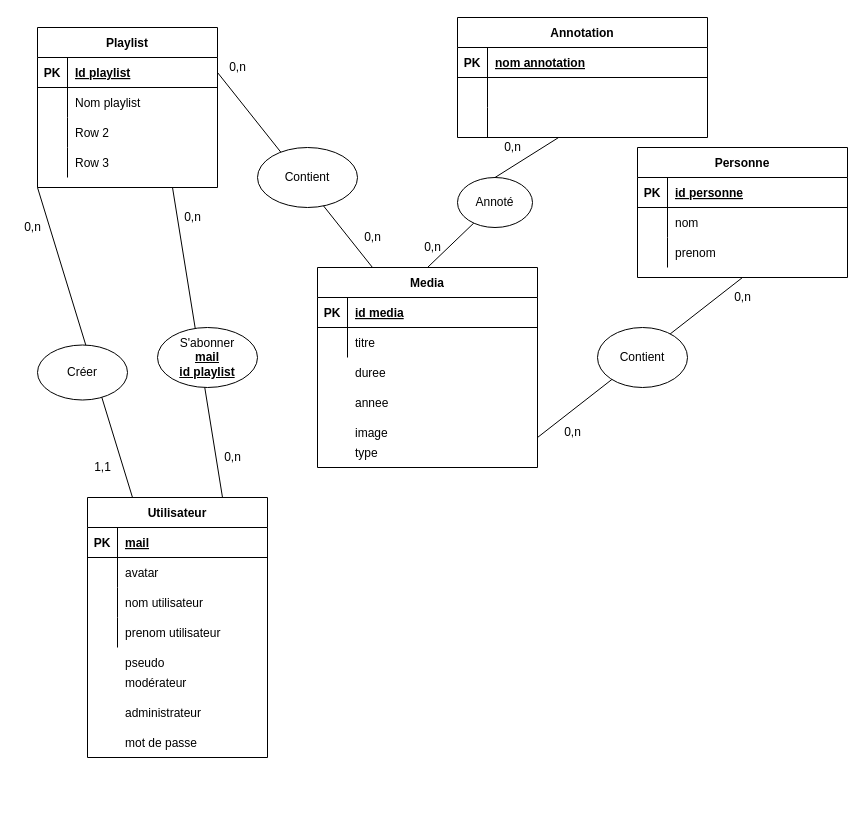
Earlier version of the draw.io diagram public/Untitled Diagram.drawio (johanneclc/CDAW_2022). Source tidied: cells renumbered, new cells numbered last; positions are measured from the earlier drawing's top-left corner, leaving out a move shared by most shapes. Both pictures are drawn from the tidied source at 100%, with x=0, y=0 at pixel (17, 17).
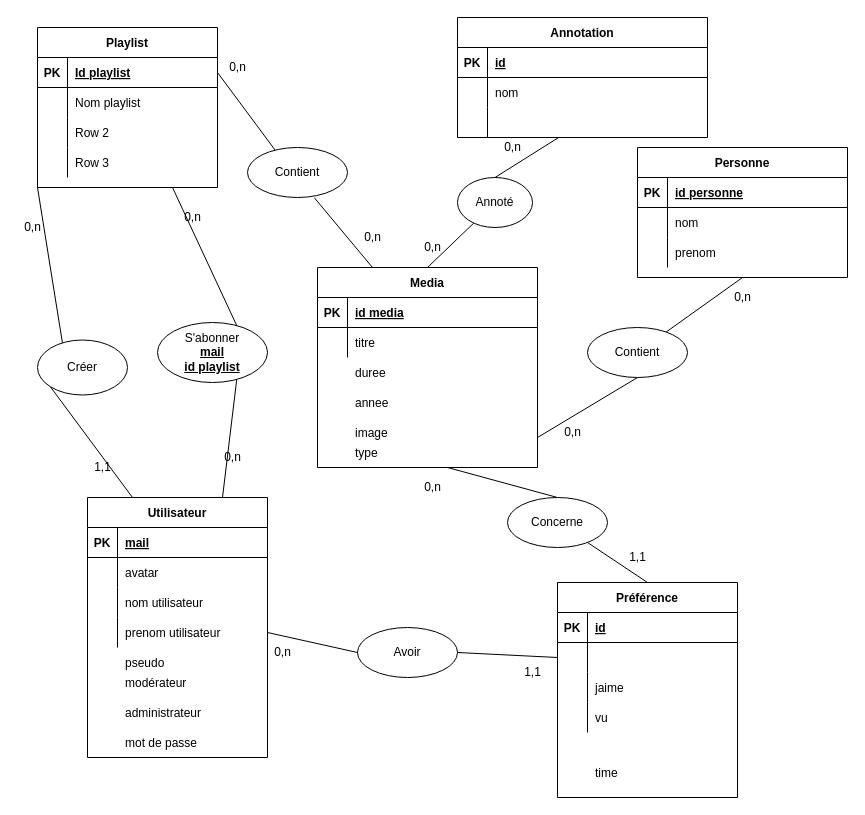
After the change.

Unchanged cells that the change refers to:
```xml
<mxCell id="3" style="shape=partialRectangle;fillColor=none;top=0;left=0;right=0;bottom=1;" parent="2" vertex="1">
  <mxGeometry y="30" width="250" height="30" as="geometry" />
</mxCell>
<mxCell id="6" style="shape=partialRectangle;fillColor=none;top=0;left=0;right=0;bottom=0;" parent="2" vertex="1">
  <mxGeometry y="60" width="250" height="30" as="geometry" />
</mxCell>
<mxCell id="12" value="Personne" style="shape=table;startSize=30;childLayout=tableLayout;rowLines=0;fontStyle=1;align=center;" parent="1" vertex="1">
  <mxGeometry x="620" y="130" width="210" height="130" as="geometry" />
</mxCell>
<mxCell id="22" value="Media" style="shape=table;startSize=30;childLayout=tableLayout;rowLines=0;fontStyle=1;align=center;" parent="1" vertex="1">
  <mxGeometry x="300" y="250" width="220" height="200" as="geometry" />
</mxCell>
<mxCell id="38" value="Utilisateur" style="shape=table;startSize=30;childLayout=tableLayout;rowLines=0;fontStyle=1;align=center;" parent="1" vertex="1">
  <mxGeometry x="70" y="480" width="180" height="260" as="geometry" />
</mxCell>
<mxCell id="48" style="shape=partialRectangle;fillColor=none;top=0;left=0;bottom=0;right=0;points=[[0,0.5],[1,0.5]];portConstraint=eastwest;" parent="38" vertex="1">
  <mxGeometry y="120" width="180" height="30" as="geometry" />
</mxCell>
<mxCell id="52" value="Playlist" style="shape=table;startSize=30;childLayout=tableLayout;rowLines=0;fontStyle=1;align=center;" parent="1" vertex="1">
  <mxGeometry x="20" y="10" width="180" height="160" as="geometry" />
</mxCell>
<mxCell id="53" style="shape=partialRectangle;fillColor=none;top=0;left=0;bottom=1;right=0;points=[[0,0.5],[1,0.5]];portConstraint=eastwest;" parent="52" vertex="1">
  <mxGeometry y="30" width="180" height="30" as="geometry" />
</mxCell>
```

Change to the diagram source:
```diff
@@
-    <mxCell id="5" value="nom annotation" style="shape=partialRectangle;overflow=hidden;fillColor=none;top=0;left=0;bottom=0;right=0;align=left;spacingLeft=6;fontStyle=5;" parent="3" vertex="1">
+    <mxCell id="5" value="id" style="shape=partialRectangle;overflow=hidden;fillColor=none;top=0;left=0;bottom=0;right=0;align=left;spacingLeft=6;fontStyle=5;" parent="3" vertex="1">
       <mxGeometry x="30" width="220" height="30" as="geometry" />
     </mxCell>
@@
-    <mxCell id="8" style="shape=partialRectangle;overflow=hidden;fillColor=none;top=0;left=0;bottom=0;right=0;align=left;spacingLeft=6;" parent="6" vertex="1">
+    <mxCell id="8" value="nom" style="shape=partialRectangle;overflow=hidden;fillColor=none;top=0;left=0;bottom=0;right=0;align=left;spacingLeft=6;" parent="6" vertex="1">
       <mxGeometry x="30" width="220" height="30" as="geometry" />
     </mxCell>
@@
-    <mxCell id="36" style="endArrow=none;html=1;rounded=0;entryX=0.5;entryY=1;entryDx=0;entryDy=0;" parent="1" edge="1" target="12">
-      <mxGeometry relative="1" as="geometry">
-        <mxPoint x="520" y="420" as="sourcePoint" />
-      </mxGeometry>
+    <mxCell id="36" style="endArrow=none;html=1;rounded=0;entryX=0.5;entryY=1;entryDx=0;entryDy=0;startArrow=none;" parent="1" edge="1" source="37" target="12">
+      <mxGeometry relative="1" as="geometry" />
     </mxCell>
-    <mxCell id="37" value="Contient" style="ellipse;whiteSpace=wrap;html=1;" parent="1" vertex="1">
-      <mxGeometry x="580" y="310" width="90" height="60" as="geometry" />
-    </mxCell>
@@
-    <mxCell id="65" style="endArrow=none;html=1;rounded=0;entryX=0;entryY=1;entryDx=0;entryDy=0;exitX=0.25;exitY=0;exitDx=0;exitDy=0;" parent="1" edge="1" source="38" target="52">
+    <mxCell id="65" style="endArrow=none;html=1;rounded=0;entryX=0;entryY=1;entryDx=0;entryDy=0;exitX=0.25;exitY=0;exitDx=0;exitDy=0;startArrow=none;" parent="1" edge="1" source="66" target="52">
       <mxGeometry relative="1" as="geometry" />
     </mxCell>
-    <mxCell id="66" value="Créer" style="ellipse;whiteSpace=wrap;html=1;" parent="1" vertex="1">
-      <mxGeometry x="20" y="327.5" width="90" height="55" as="geometry" />
-    </mxCell>
-    <mxCell id="67" style="endArrow=none;html=1;rounded=0;entryX=0.75;entryY=0;entryDx=0;entryDy=0;exitX=0.75;exitY=1;exitDx=0;exitDy=0;" parent="1" edge="1" source="52" target="38">
+    <mxCell id="67" style="endArrow=none;html=1;rounded=0;entryX=0.75;entryY=0;entryDx=0;entryDy=0;exitX=0.75;exitY=1;exitDx=0;exitDy=0;startArrow=none;" parent="1" edge="1" source="68" target="38">
       <mxGeometry relative="1" as="geometry" />
     </mxCell>
-    <mxCell id="68" value="S'abonner&lt;br&gt;&lt;u&gt;&lt;b&gt;mail&lt;br&gt;id playlist&lt;/b&gt;&lt;/u&gt;" style="ellipse;whiteSpace=wrap;html=1;" parent="1" vertex="1">
-      <mxGeometry x="140" y="310" width="100" height="60" as="geometry" />
-    </mxCell>
-    <mxCell id="69" style="endArrow=none;html=1;rounded=0;entryX=1;entryY=0.5;entryDx=0;entryDy=0;exitX=0.25;exitY=0;exitDx=0;exitDy=0;" parent="1" edge="1" source="22" target="53">
+    <mxCell id="69" style="endArrow=none;html=1;rounded=0;entryX=1;entryY=0.5;entryDx=0;entryDy=0;exitX=0.25;exitY=0;exitDx=0;exitDy=0;startArrow=none;" parent="1" edge="1" source="70" target="53">
       <mxGeometry relative="1" as="geometry" />
     </mxCell>
-    <mxCell id="70" value="Contient" style="ellipse;whiteSpace=wrap;html=1;" parent="1" vertex="1">
-      <mxGeometry x="240" y="130" width="100" height="60" as="geometry" />
-    </mxCell>
@@
+    <mxCell id="84" value="Préférence" style="shape=table;startSize=30;childLayout=tableLayout;rowLines=0;fontStyle=1;align=center;" parent="1" vertex="1">
+      <mxGeometry x="540" y="565" width="180" height="215" as="geometry" />
+    </mxCell>
+    <mxCell id="85" style="shape=partialRectangle;fillColor=none;top=0;left=0;bottom=1;right=0;" parent="84" vertex="1">
+      <mxGeometry y="30" width="180" height="30" as="geometry" />
+    </mxCell>
+    <mxCell id="86" value="PK" style="shape=partialRectangle;fillColor=none;top=0;left=0;bottom=0;right=0;fontStyle=1;overflow=hidden;" parent="85" vertex="1">
+      <mxGeometry width="30" height="30" as="geometry" />
+    </mxCell>
+    <mxCell id="87" value="id" style="shape=partialRectangle;fillColor=none;top=0;left=0;bottom=0;right=0;align=left;spacingLeft=6;fontStyle=5;overflow=hidden;" parent="85" vertex="1">
+      <mxGeometry x="30" width="150" height="30" as="geometry" />
+    </mxCell>
+    <mxCell id="88" style="shape=partialRectangle;fillColor=none;top=0;left=0;bottom=0;right=0;points=[[0,0.5],[1,0.5]];portConstraint=eastwest;" parent="84" vertex="1">
+      <mxGeometry y="60" width="180" height="30" as="geometry" />
+    </mxCell>
+    <mxCell id="89" style="shape=partialRectangle;fillColor=none;top=0;left=0;bottom=0;right=0;overflow=hidden;" parent="88" vertex="1">
+      <mxGeometry width="30" height="30" as="geometry" />
+    </mxCell>
+    <mxCell id="90" style="shape=partialRectangle;fillColor=none;top=0;left=0;bottom=0;right=0;align=left;spacingLeft=6;overflow=hidden;" parent="88" vertex="1">
+      <mxGeometry x="30" width="150" height="30" as="geometry" />
+    </mxCell>
+    <mxCell id="91" style="shape=partialRectangle;fillColor=none;top=0;left=0;bottom=0;right=0;" parent="84" vertex="1">
+      <mxGeometry y="90" width="180" height="30" as="geometry" />
+    </mxCell>
+    <mxCell id="92" style="shape=partialRectangle;fillColor=none;top=0;left=0;bottom=0;right=0;overflow=hidden;" parent="91" vertex="1">
+      <mxGeometry width="30" height="30" as="geometry" />
+    </mxCell>
+    <mxCell id="93" value="jaime" style="shape=partialRectangle;fillColor=none;top=0;left=0;bottom=0;right=0;align=left;spacingLeft=6;overflow=hidden;" parent="91" vertex="1">
+      <mxGeometry x="30" width="150" height="30" as="geometry" />
+    </mxCell>
+    <mxCell id="94" style="shape=partialRectangle;fillColor=none;top=0;left=0;bottom=0;right=0;" parent="84" vertex="1">
+      <mxGeometry y="120" width="180" height="30" as="geometry" />
+    </mxCell>
+    <mxCell id="95" style="shape=partialRectangle;fillColor=none;top=0;left=0;bottom=0;right=0;overflow=hidden;" parent="94" vertex="1">
+      <mxGeometry width="30" height="30" as="geometry" />
+    </mxCell>
+    <mxCell id="96" value="vu" style="shape=partialRectangle;fillColor=none;top=0;left=0;bottom=0;right=0;align=left;spacingLeft=6;overflow=hidden;" parent="94" vertex="1">
+      <mxGeometry x="30" width="150" height="30" as="geometry" />
+    </mxCell>
+    <mxCell id="97" style="endArrow=none;html=1;rounded=0;exitX=0.5;exitY=0;exitDx=0;exitDy=0;startArrow=none;" parent="1" edge="1" source="103">
+      <mxGeometry relative="1" as="geometry">
+        <mxPoint x="430" y="450" as="targetPoint" />
+      </mxGeometry>
+    </mxCell>
+    <mxCell id="98" style="endArrow=none;html=1;rounded=0;exitX=1;exitY=0.5;exitDx=0;exitDy=0;entryX=0;entryY=0.5;entryDx=0;entryDy=0;startArrow=none;" parent="1" edge="1" source="105" target="88">
+      <mxGeometry relative="1" as="geometry" />
+    </mxCell>
+    <mxCell id="99" value="1,1" style="text;html=1;align=center;verticalAlign=middle;strokeColor=none;fillColor=none;" parent="1" vertex="1">
+      <mxGeometry x="500" y="645" width="30" height="20" as="geometry" />
+    </mxCell>
+    <mxCell id="100" value="0,n" style="text;html=1;align=center;verticalAlign=middle;strokeColor=none;fillColor=none;" parent="1" vertex="1">
+      <mxGeometry x="250" y="625" width="30" height="20" as="geometry" />
+    </mxCell>
+    <mxCell id="101" value="0,n" style="text;html=1;align=center;verticalAlign=middle;strokeColor=none;fillColor=none;" parent="1" vertex="1">
+      <mxGeometry x="400" y="460" width="30" height="20" as="geometry" />
+    </mxCell>
+    <mxCell id="102" value="1,1" style="text;html=1;align=center;verticalAlign=middle;strokeColor=none;fillColor=none;" parent="1" vertex="1">
+      <mxGeometry x="605" y="530" width="30" height="20" as="geometry" />
+    </mxCell>
+    <mxCell id="103" value="Concerne" style="ellipse;whiteSpace=wrap;html=1;" parent="1" vertex="1">
+      <mxGeometry x="490" y="480" width="100" height="50" as="geometry" />
+    </mxCell>
+    <mxCell id="104" style="endArrow=none;html=1;rounded=0;exitX=0.5;exitY=0;exitDx=0;exitDy=0;" parent="1" edge="1" source="84" target="103">
+      <mxGeometry relative="1" as="geometry" />
+    </mxCell>
+    <mxCell id="105" value="Avoir" style="ellipse;whiteSpace=wrap;html=1;" parent="1" vertex="1">
+      <mxGeometry x="340" y="610" width="100" height="50" as="geometry" />
+    </mxCell>
+    <mxCell id="106" style="endArrow=none;html=1;rounded=0;exitX=1;exitY=0.5;exitDx=0;exitDy=0;entryX=0;entryY=0.5;entryDx=0;entryDy=0;" parent="1" edge="1" source="48" target="105">
+      <mxGeometry relative="1" as="geometry" />
+    </mxCell>
+    <mxCell id="37" value="Contient" style="ellipse;whiteSpace=wrap;html=1;" parent="1" vertex="1">
+      <mxGeometry x="570" y="310" width="100" height="50" as="geometry" />
+    </mxCell>
+    <mxCell id="107" style="endArrow=none;html=1;rounded=0;entryX=0.5;entryY=1;entryDx=0;entryDy=0;" parent="1" edge="1" target="37">
+      <mxGeometry relative="1" as="geometry">
+        <mxPoint x="520" y="420" as="sourcePoint" />
+      </mxGeometry>
+    </mxCell>
+    <mxCell id="68" value="S'abonner&lt;br&gt;&lt;u&gt;&lt;b&gt;mail&lt;br&gt;id playlist&lt;/b&gt;&lt;/u&gt;" style="ellipse;whiteSpace=wrap;html=1;" parent="1" vertex="1">
+      <mxGeometry x="140" y="305" width="110" height="60" as="geometry" />
+    </mxCell>
+    <mxCell id="108" style="endArrow=none;html=1;rounded=0;entryX=0.75;entryY=0;entryDx=0;entryDy=0;exitX=0.75;exitY=1;exitDx=0;exitDy=0;" parent="1" edge="1" source="52" target="68">
+      <mxGeometry relative="1" as="geometry" />
+    </mxCell>
+    <mxCell id="66" value="Créer" style="ellipse;whiteSpace=wrap;html=1;" parent="1" vertex="1">
+      <mxGeometry x="20" y="322.5" width="90" height="55" as="geometry" />
+    </mxCell>
+    <mxCell id="109" style="endArrow=none;html=1;rounded=0;entryX=0;entryY=1;entryDx=0;entryDy=0;exitX=0.25;exitY=0;exitDx=0;exitDy=0;" parent="1" edge="1" source="38" target="66">
+      <mxGeometry relative="1" as="geometry" />
+    </mxCell>
+    <mxCell id="70" value="Contient" style="ellipse;whiteSpace=wrap;html=1;" parent="1" vertex="1">
+      <mxGeometry x="230" y="130" width="100" height="50" as="geometry" />
+    </mxCell>
+    <mxCell id="110" style="endArrow=none;html=1;rounded=0;entryX=0.668;entryY=1.004;entryDx=0;entryDy=0;exitX=0.25;exitY=0;exitDx=0;exitDy=0;entryPerimeter=0;" parent="1" edge="1" source="22" target="70">
+      <mxGeometry relative="1" as="geometry" />
+    </mxCell>
+    <mxCell id="111" style="edgeStyle=orthogonalEdgeStyle;rounded=0;orthogonalLoop=1;jettySize=auto;html=1;exitX=0.5;exitY=1;exitDx=0;exitDy=0;" parent="1" edge="1" source="105" target="105">
+      <mxGeometry relative="1" as="geometry" />
+    </mxCell>
+    <mxCell id="112" value="time" style="shape=partialRectangle;fillColor=none;top=0;left=0;bottom=0;right=0;align=left;spacingLeft=6;overflow=hidden;" parent="1" vertex="1">
+      <mxGeometry x="570" y="740" width="150" height="30" as="geometry" />
+    </mxCell>
```
